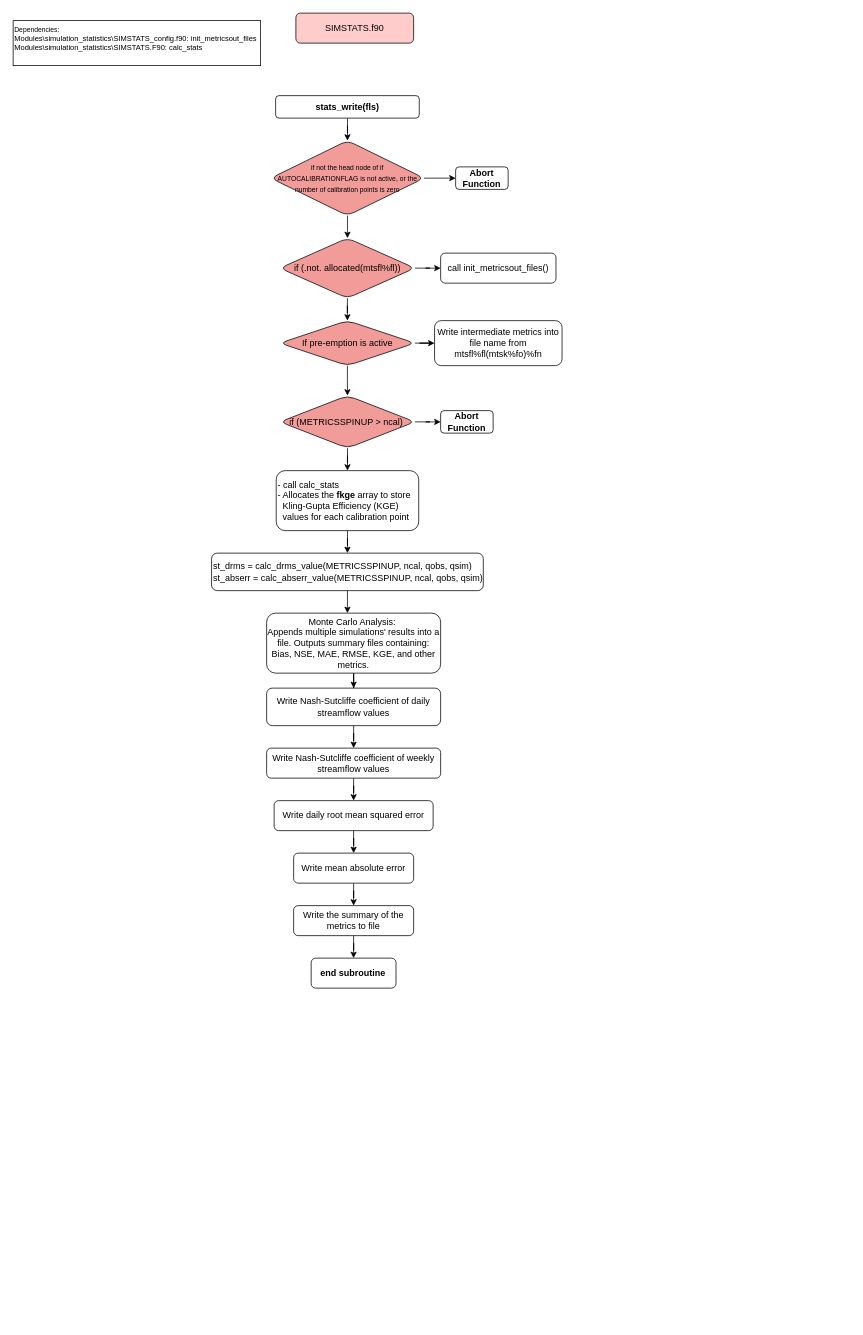
This is SIMSTATS.drawio from MeshMapping/r1749_Mappings, a draw.io file, before an edit. Source tidied: cells renumbered, new cells numbered last; positions are measured from the earlier drawing's top-left corner, leaving out a move shared by most shapes. Both pictures are drawn from the tidied source at 75%, with x=0, y=0 at pixel (13, 13).
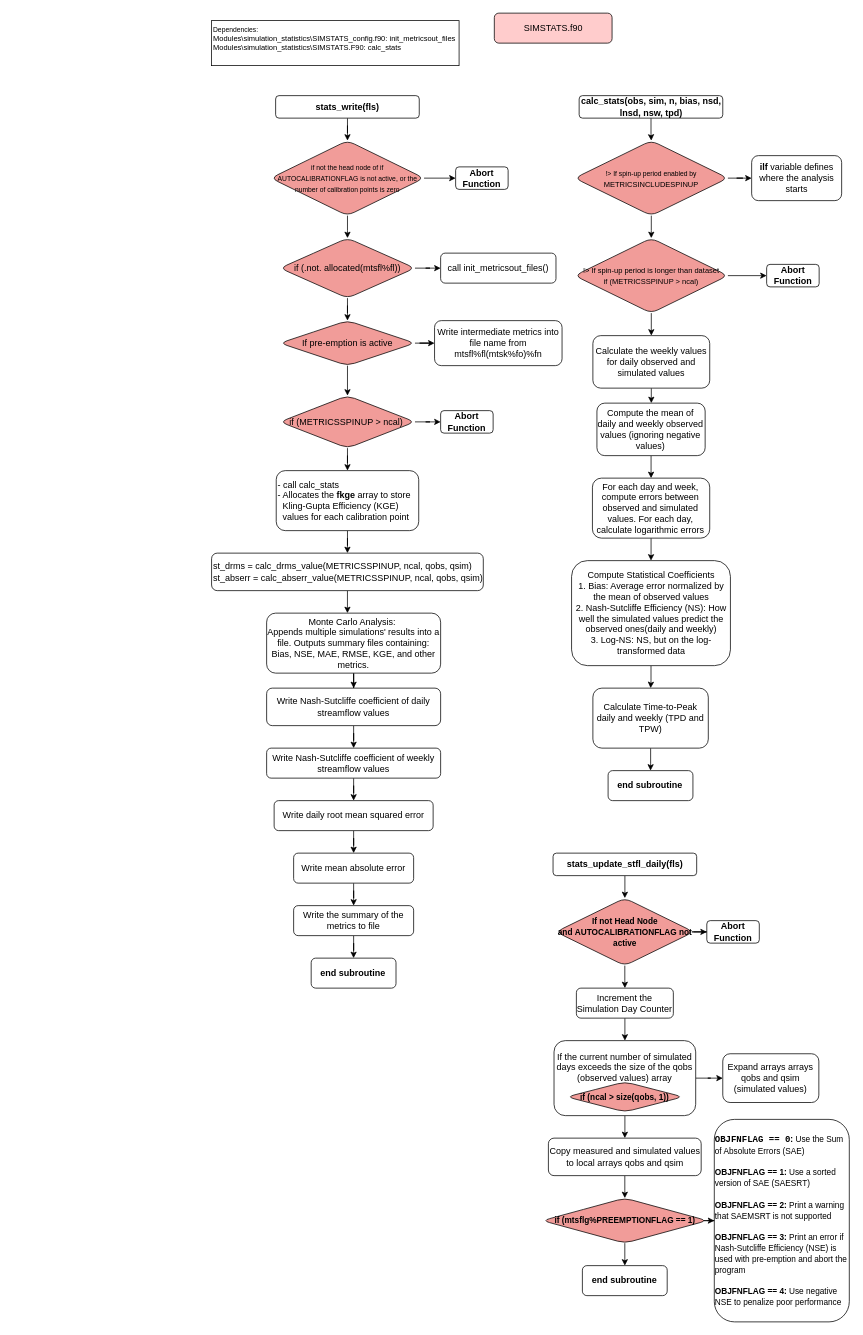
Above is the later version.

Diff of the diagram source:
```diff
@@
     <mxCell id="2" value="SIMSTATS.f90" style="rounded=1;whiteSpace=wrap;html=1;fillColor=#FFCCCC;" parent="1" vertex="1">
-      <mxGeometry x="377" width="157" height="40" as="geometry" />
+      <mxGeometry x="641.6" width="157" height="40" as="geometry" />
     </mxCell>
     <mxCell id="3" value="&lt;div&gt;&lt;font style=&quot;font-size: 9px;&quot;&gt;Dependencies:&lt;/font&gt;&lt;/div&gt;&lt;div&gt;&lt;font size=&quot;1&quot; style=&quot;&quot;&gt;&lt;div style=&quot;&quot;&gt;Modules\simulation_statistics\SIMSTATS_config.f90: init_metricsout_files&lt;/div&gt;&lt;div style=&quot;&quot;&gt;Modules\simulation_statistics\SIMSTATS.F90: calc_stats&lt;/div&gt;&lt;/font&gt;&lt;/div&gt;&lt;div&gt;&lt;br&gt;&lt;/div&gt;" style="rounded=0;whiteSpace=wrap;html=1;align=left;" parent="1" vertex="1">
-      <mxGeometry y="10" width="330" height="60" as="geometry" />
+      <mxGeometry x="264.6" y="10" width="330" height="60" as="geometry" />
     </mxCell>
@@
     <mxCell id="11" value="&lt;span style=&quot;font-weight: 400;&quot;&gt;&lt;font style=&quot;font-size: 12px;&quot;&gt;if (.not. allocated(mtsfl%fl))&lt;/font&gt;&lt;/span&gt;" style="rhombus;whiteSpace=wrap;html=1;rounded=1;fontStyle=1;fillColor=#F19C99;" parent="1" vertex="1">
-      <mxGeometry x="355.7" y="300" width="180" height="80" as="geometry" />
+      <mxGeometry x="355.8" y="300" width="180" height="80" as="geometry" />
     </mxCell>
@@
     <mxCell id="16" value="&lt;span style=&quot;font-weight: 400;&quot;&gt;If pre-emption is active&lt;/span&gt;" style="rhombus;whiteSpace=wrap;html=1;rounded=1;fontStyle=1;fillColor=#F19C99;" parent="1" vertex="1">
-      <mxGeometry x="355.7" y="410" width="180" height="60" as="geometry" />
+      <mxGeometry x="355.8" y="410" width="180" height="60" as="geometry" />
     </mxCell>
@@
+    <mxCell id="39" style="edgeStyle=orthogonalEdgeStyle;rounded=0;jettySize=auto;html=1;entryX=0.5;entryY=0;entryDx=0;entryDy=0;" parent="1" edge="1" source="40" target="43">
+      <mxGeometry relative="1" as="geometry" />
+    </mxCell>
+    <mxCell id="40" value="calc_stats(obs, sim, n, bias, nsd, lnsd, nsw, tpd)" style="rounded=1;whiteSpace=wrap;html=1;fontStyle=1;" parent="1" vertex="1">
+      <mxGeometry x="754.7" y="110" width="191.5" height="30" as="geometry" />
+    </mxCell>
+    <mxCell id="41" style="edgeStyle=orthogonalEdgeStyle;rounded=0;jettySize=auto;html=1;" parent="1" edge="1" source="43" target="44">
+      <mxGeometry relative="1" as="geometry" />
+    </mxCell>
+    <mxCell id="42" style="edgeStyle=orthogonalEdgeStyle;rounded=0;jettySize=auto;html=1;entryX=0.5;entryY=0;entryDx=0;entryDy=0;" parent="1" edge="1" source="43" target="47">
+      <mxGeometry relative="1" as="geometry" />
+    </mxCell>
+    <mxCell id="43" value="&lt;span style=&quot;font-weight: normal;&quot;&gt;&lt;font style=&quot;font-size: 9px;&quot;&gt;!&amp;gt; If spin-up period enabled by&lt;/font&gt;&lt;/span&gt;&lt;div&gt;&lt;font style=&quot;&quot;&gt;&lt;font size=&quot;1&quot;&gt;&lt;span style=&quot;font-weight: 400;&quot;&gt;METRICSINCLUDESPINUP&lt;/span&gt;&lt;/font&gt;&lt;/font&gt;&lt;/div&gt;" style="rhombus;whiteSpace=wrap;html=1;rounded=1;fontStyle=1;fillColor=#F19C99;" parent="1" vertex="1">
+      <mxGeometry x="748.7" y="170" width="204.3" height="100" as="geometry" />
+    </mxCell>
+    <mxCell id="44" value="ilf &lt;span style=&quot;font-weight: normal;&quot;&gt;variable defines where the analysis starts&lt;/span&gt;" style="whiteSpace=wrap;html=1;fillColor=#FFFFFF;rounded=1;fontStyle=1;" parent="1" vertex="1">
+      <mxGeometry x="984.7" y="190" width="120" height="60" as="geometry" />
+    </mxCell>
+    <mxCell id="45" style="edgeStyle=orthogonalEdgeStyle;rounded=0;jettySize=auto;html=1;entryX=0;entryY=0.5;entryDx=0;entryDy=0;" parent="1" edge="1" source="47" target="48">
+      <mxGeometry relative="1" as="geometry" />
+    </mxCell>
+    <mxCell id="46" style="edgeStyle=orthogonalEdgeStyle;rounded=0;jettySize=auto;html=1;" parent="1" edge="1" source="47" target="50">
+      <mxGeometry relative="1" as="geometry" />
+    </mxCell>
+    <mxCell id="47" value="&lt;font size=&quot;1&quot;&gt;&lt;span style=&quot;font-weight: 400;&quot;&gt;!&amp;gt; If spin-up period is longer than dataset&lt;/span&gt;&lt;/font&gt;&lt;div&gt;&lt;font size=&quot;1&quot;&gt;&lt;span style=&quot;font-weight: 400;&quot;&gt;if (METRICSSPINUP &amp;gt; ncal)&lt;/span&gt;&lt;/font&gt;&lt;/div&gt;" style="rhombus;whiteSpace=wrap;html=1;rounded=1;fontStyle=1;fillColor=#F19C99;" parent="1" vertex="1">
+      <mxGeometry x="748.7" y="300" width="204.3" height="100" as="geometry" />
+    </mxCell>
+    <mxCell id="48" value="Abort Function" style="whiteSpace=wrap;html=1;rounded=1;fontStyle=1;" parent="1" vertex="1">
+      <mxGeometry x="1004.7" y="335" width="70" height="30" as="geometry" />
+    </mxCell>
+    <mxCell id="49" style="edgeStyle=orthogonalEdgeStyle;rounded=0;jettySize=auto;html=1;" parent="1" edge="1" source="50" target="52">
+      <mxGeometry relative="1" as="geometry" />
+    </mxCell>
+    <mxCell id="50" value="&lt;span style=&quot;font-weight: normal;&quot;&gt;Calculate the weekly values for daily observed and simulated values&lt;/span&gt;" style="whiteSpace=wrap;html=1;fillColor=#FFFFFF;rounded=1;fontStyle=1;" parent="1" vertex="1">
+      <mxGeometry x="773" y="430" width="155.8" height="70" as="geometry" />
+    </mxCell>
+    <mxCell id="51" style="edgeStyle=orthogonalEdgeStyle;rounded=0;jettySize=auto;html=1;" parent="1" edge="1" source="52" target="54">
+      <mxGeometry relative="1" as="geometry" />
+    </mxCell>
+    <mxCell id="52" value="&lt;span style=&quot;font-weight: normal;&quot;&gt;Compute the mean of daily and weekly observed values (ignoring negative values)&lt;/span&gt;" style="whiteSpace=wrap;html=1;fillColor=#FFFFFF;rounded=1;fontStyle=1;" parent="1" vertex="1">
+      <mxGeometry x="778.4" y="520" width="144.3" height="70" as="geometry" />
+    </mxCell>
+    <mxCell id="53" style="edgeStyle=orthogonalEdgeStyle;rounded=0;jettySize=auto;html=1;entryX=0.5;entryY=0;entryDx=0;entryDy=0;" parent="1" edge="1" source="54" target="56">
+      <mxGeometry relative="1" as="geometry" />
+    </mxCell>
+    <mxCell id="54" value="&lt;span style=&quot;font-weight: 400;&quot;&gt;For each day and week, compute errors between observed and simulated values. For each day, calculate logarithmic errors&lt;/span&gt;" style="whiteSpace=wrap;html=1;fillColor=#FFFFFF;rounded=1;fontStyle=1;" parent="1" vertex="1">
+      <mxGeometry x="772.4" y="620" width="156.4" height="80" as="geometry" />
+    </mxCell>
+    <mxCell id="55" style="edgeStyle=orthogonalEdgeStyle;rounded=0;jettySize=auto;html=1;" parent="1" edge="1" source="56" target="58">
+      <mxGeometry relative="1" as="geometry" />
+    </mxCell>
+    <mxCell id="56" value="&lt;span style=&quot;font-weight: 400;&quot;&gt;Compute Statistical Coefficients&lt;/span&gt;&lt;div&gt;&lt;span style=&quot;font-weight: 400;&quot;&gt;1.&amp;nbsp;&lt;/span&gt;&lt;span style=&quot;background-color: initial; font-weight: 400;&quot;&gt;Bias: Average error normalized by the mean of observed values&lt;/span&gt;&lt;/div&gt;&lt;div&gt;&lt;span style=&quot;background-color: initial; font-weight: 400;&quot;&gt;2.&amp;nbsp;&lt;/span&gt;&lt;span style=&quot;background-color: initial; font-weight: 400;&quot;&gt;Nash-Sutcliffe Efficiency (NS): How well the simulated values predict the observed ones(daily and weekly)&lt;/span&gt;&lt;/div&gt;&lt;div&gt;&lt;span style=&quot;background-color: initial; font-weight: 400;&quot;&gt;3.&amp;nbsp;&lt;/span&gt;&lt;span style=&quot;background-color: initial; font-weight: 400;&quot;&gt;Log-NS: NS, but on the log-transformed data&lt;/span&gt;&lt;/div&gt;" style="whiteSpace=wrap;html=1;fillColor=#FFFFFF;rounded=1;fontStyle=1;" parent="1" vertex="1">
+      <mxGeometry x="744.6" y="730" width="211.8" height="140" as="geometry" />
+    </mxCell>
+    <mxCell id="57" style="edgeStyle=orthogonalEdgeStyle;rounded=0;jettySize=auto;html=1;" parent="1" edge="1" source="58" target="59">
+      <mxGeometry relative="1" as="geometry" />
+    </mxCell>
+    <mxCell id="58" value="&lt;span style=&quot;font-weight: normal;&quot;&gt;Calculate Time-to-Peak daily and weekly (TPD and TPW)&lt;/span&gt;" style="whiteSpace=wrap;html=1;fillColor=#FFFFFF;rounded=1;fontStyle=1;" parent="1" vertex="1">
+      <mxGeometry x="773" y="900" width="153.9" height="80" as="geometry" />
+    </mxCell>
+    <mxCell id="59" value="end subroutine" style="whiteSpace=wrap;html=1;fillColor=#FFFFFF;rounded=1;fontStyle=1;" parent="1" vertex="1">
+      <mxGeometry x="793.3" y="1010" width="113.1" height="40" as="geometry" />
+    </mxCell>
+    <mxCell id="60" style="edgeStyle=orthogonalEdgeStyle;rounded=0;jettySize=auto;html=1;" parent="1" edge="1" source="61" target="64">
+      <mxGeometry relative="1" as="geometry" />
+    </mxCell>
+    <mxCell id="61" value="stats_update_stfl_daily(fls)" style="rounded=1;whiteSpace=wrap;html=1;fontStyle=1;" parent="1" vertex="1">
+      <mxGeometry x="719.9" y="1120" width="191.5" height="30" as="geometry" />
+    </mxCell>
+    <mxCell id="62" style="edgeStyle=orthogonalEdgeStyle;rounded=0;jettySize=auto;html=1;entryX=0;entryY=0.5;entryDx=0;entryDy=0;" parent="1" edge="1" source="64" target="65">
+      <mxGeometry relative="1" as="geometry" />
+    </mxCell>
+    <mxCell id="63" style="edgeStyle=orthogonalEdgeStyle;rounded=0;jettySize=auto;html=1;" parent="1" edge="1" source="64" target="67">
+      <mxGeometry relative="1" as="geometry" />
+    </mxCell>
+    <mxCell id="64" value="&lt;font style=&quot;font-size: 11px;&quot;&gt;If not Head Node and&amp;nbsp;AUTOCALIBRATIONFLAG not active&lt;/font&gt;" style="rhombus;whiteSpace=wrap;html=1;rounded=1;fontStyle=1;fillColor=#F19C99;" parent="1" vertex="1">
+      <mxGeometry x="723.7" y="1180" width="183.7" height="90" as="geometry" />
+    </mxCell>
+    <mxCell id="65" value="Abort Function" style="whiteSpace=wrap;html=1;rounded=1;fontStyle=1;" parent="1" vertex="1">
+      <mxGeometry x="924.9" y="1210" width="70" height="30" as="geometry" />
+    </mxCell>
+    <mxCell id="66" style="edgeStyle=orthogonalEdgeStyle;rounded=0;jettySize=auto;html=1;" parent="1" edge="1" source="67" target="79">
+      <mxGeometry relative="1" as="geometry" />
+    </mxCell>
+    <mxCell id="67" value="&lt;span style=&quot;font-weight: normal;&quot;&gt;Increment the Simulation Day Counter&lt;/span&gt;" style="whiteSpace=wrap;html=1;fillColor=#FFFFFF;rounded=1;fontStyle=1;" parent="1" vertex="1">
+      <mxGeometry x="751" y="1300" width="129.3" height="40" as="geometry" />
+    </mxCell>
+    <mxCell id="68" style="edgeStyle=orthogonalEdgeStyle;rounded=0;jettySize=auto;html=1;" parent="1" edge="1" source="79" target="70">
+      <mxGeometry relative="1" as="geometry" />
+    </mxCell>
+    <mxCell id="69" style="edgeStyle=orthogonalEdgeStyle;rounded=0;jettySize=auto;html=1;" parent="1" edge="1" source="79" target="72">
+      <mxGeometry relative="1" as="geometry" />
+    </mxCell>
+    <mxCell id="70" value="&lt;span style=&quot;font-weight: normal;&quot;&gt;Expand arrays&amp;nbsp;arrays qobs and qsim (simulated values)&lt;/span&gt;" style="whiteSpace=wrap;html=1;fillColor=#FFFFFF;rounded=1;fontStyle=1;" parent="1" vertex="1">
+      <mxGeometry x="946.2" y="1387.5" width="128.1" height="65" as="geometry" />
+    </mxCell>
+    <mxCell id="71" style="edgeStyle=orthogonalEdgeStyle;rounded=0;jettySize=auto;html=1;" parent="1" edge="1" source="72" target="75">
+      <mxGeometry relative="1" as="geometry" />
+    </mxCell>
+    <mxCell id="72" value="&lt;span style=&quot;font-weight: normal;&quot;&gt;Copy measured and simulated values to local arrays qobs and qsim&lt;/span&gt;" style="whiteSpace=wrap;html=1;fillColor=#FFFFFF;rounded=1;fontStyle=1;" parent="1" vertex="1">
+      <mxGeometry x="713.7" y="1500" width="203.7" height="50" as="geometry" />
+    </mxCell>
+    <mxCell id="73" style="edgeStyle=orthogonalEdgeStyle;rounded=0;jettySize=auto;html=1;" parent="1" edge="1" source="75" target="76">
+      <mxGeometry relative="1" as="geometry" />
+    </mxCell>
+    <mxCell id="74" style="edgeStyle=orthogonalEdgeStyle;rounded=0;jettySize=auto;html=1;" parent="1" edge="1" source="75" target="77">
+      <mxGeometry relative="1" as="geometry" />
+    </mxCell>
+    <mxCell id="75" value="&lt;font style=&quot;font-size: 11px;&quot;&gt;if (mtsflg%PREEMPTIONFLAG == 1)&lt;/font&gt;" style="rhombus;whiteSpace=wrap;html=1;rounded=1;fontStyle=1;fillColor=#F19C99;" parent="1" vertex="1">
+      <mxGeometry x="705.6" y="1580" width="220" height="60" as="geometry" />
+    </mxCell>
+    <mxCell id="76" value="&lt;div style=&quot;text-align: left;&quot;&gt;&lt;font style=&quot;&quot;&gt;&lt;strong style=&quot;background-color: initial;&quot;&gt;&lt;code style=&quot;&quot;&gt;&lt;font style=&quot;font-size: 12px;&quot;&gt;OBJFNFLAG == 0&lt;/font&gt;&lt;/code&gt;&lt;/strong&gt;&lt;span style=&quot;font-size: 11px; background-color: initial;&quot;&gt;: &lt;span style=&quot;font-weight: normal;&quot;&gt;Use the &lt;/span&gt;&lt;/span&gt;&lt;span style=&quot;font-size: 11px; background-color: initial; font-weight: normal;&quot;&gt;Sum of Absolute Errors (SAE)&lt;/span&gt;&lt;/font&gt;&lt;/div&gt;&lt;div style=&quot;text-align: left;&quot;&gt;&lt;span style=&quot;background-color: initial; font-weight: normal;&quot;&gt;&lt;br&gt;&lt;/span&gt;&lt;/div&gt;&lt;div style=&quot;text-align: left;&quot;&gt;&lt;font style=&quot;font-size: 11px;&quot;&gt;OBJFNFLAG == 1: &lt;span style=&quot;font-weight: normal;&quot;&gt;Use a sorted version of SAE (SAESRT)&lt;/span&gt;&lt;/font&gt;&lt;/div&gt;&lt;div style=&quot;text-align: left;&quot;&gt;&lt;span style=&quot;font-weight: normal;&quot;&gt;&lt;br&gt;&lt;/span&gt;&lt;/div&gt;&lt;div style=&quot;text-align: left;&quot;&gt;&lt;font style=&quot;font-size: 11px;&quot;&gt;OBJFNFLAG == 2:&lt;span style=&quot;font-weight: 400;&quot;&gt; Print a warning that SAEMSRT is not supported&lt;/span&gt;&lt;/font&gt;&lt;/div&gt;&lt;div style=&quot;text-align: left;&quot;&gt;&lt;span style=&quot;font-weight: 400;&quot;&gt;&lt;br&gt;&lt;/span&gt;&lt;/div&gt;&lt;div style=&quot;text-align: left;&quot;&gt;&lt;font style=&quot;font-size: 11px;&quot;&gt;OBJFNFLAG == 3:&lt;span style=&quot;font-weight: 400;&quot;&gt; Print an error if Nash-Sutcliffe Efficiency (NSE) is used with pre-emption and abort the program&lt;/span&gt;&lt;/font&gt;&lt;/div&gt;&lt;div style=&quot;text-align: left;&quot;&gt;&lt;span style=&quot;font-weight: 400;&quot;&gt;&lt;br&gt;&lt;/span&gt;&lt;/div&gt;&lt;div style=&quot;text-align: left;&quot;&gt;&lt;font style=&quot;font-size: 11px;&quot;&gt;OBJFNFLAG == 4:&lt;span style=&quot;font-weight: 400;&quot;&gt; Use negative NSE to penalize poor performance&lt;/span&gt;&lt;/font&gt;&lt;/div&gt;" style="whiteSpace=wrap;html=1;fillColor=#FFFFFF;rounded=1;fontStyle=1;" parent="1" vertex="1">
+      <mxGeometry x="934.9" y="1475" width="180" height="270" as="geometry" />
+    </mxCell>
+    <mxCell id="77" value="end subroutine" style="whiteSpace=wrap;html=1;fillColor=#FFFFFF;rounded=1;fontStyle=1;" parent="1" vertex="1">
+      <mxGeometry x="759" y="1670" width="113.1" height="40" as="geometry" />
+    </mxCell>
+    <mxCell id="78" style="group;" parent="1" vertex="1">
+      <mxGeometry x="721.2" y="1370" width="188.9" height="100" as="geometry" />
+    </mxCell>
+    <mxCell id="79" value="&lt;span style=&quot;font-weight: normal;&quot;&gt;If the current number of simulated days exceeds the size of the qobs (observed values) array&lt;/span&gt;&lt;div&gt;&lt;span style=&quot;font-weight: normal;&quot;&gt;&lt;br&gt;&lt;/span&gt;&lt;/div&gt;&lt;div&gt;&lt;br&gt;&lt;/div&gt;" style="whiteSpace=wrap;html=1;fillColor=#FFFFFF;rounded=1;fontStyle=1;" parent="78" vertex="1">
+      <mxGeometry width="188.9" height="100" as="geometry" />
+    </mxCell>
+    <mxCell id="80" value="&lt;font style=&quot;font-size: 11px;&quot;&gt;if (ncal &amp;gt; size(qobs, 1))&lt;/font&gt;" style="rhombus;whiteSpace=wrap;html=1;rounded=1;fontStyle=1;fillColor=#F19C99;" parent="78" vertex="1">
+      <mxGeometry x="17" y="55" width="155" height="40" as="geometry" />
+    </mxCell>
```
